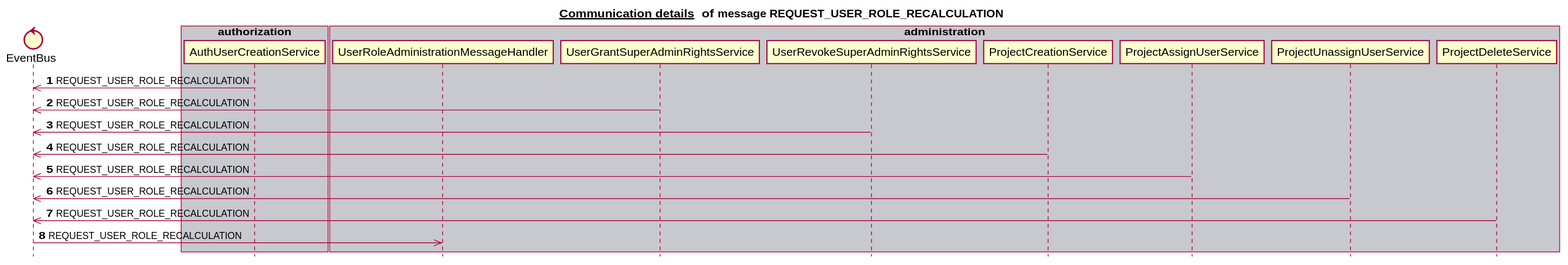
Above: docs/latest/images/gen_domain_messaging_request_user_role_recalculation.svg in mercedes-benz/sechub (PlantUML), before the change. Source of this version:
```plantuml
@startuml


title __Communication details __ of **message REQUEST_USER_ROLE_RECALCULATION**
skinparam style strictuml


control EventBus
box "scan" #C8C8CF
end box
box "schedule" #F8F8FF
end box
box "authorization" #C8C8CF
   participant AuthUserCreationService
end box
box "notification" #F8F8FF
end box
box "administration" #C8C8CF
   participant UserRoleAdministrationMessageHandler
   participant UserGrantSuperAdminRightsService
   participant UserRevokeSuperAdminRightsService
   participant ProjectCreationService
   participant ProjectAssignUserService
   participant ProjectUnassignUserService
   participant ProjectDeleteService
end box
autonumber 1
AuthUserCreationService ->> EventBus:REQUEST_USER_ROLE_RECALCULATION
UserGrantSuperAdminRightsService ->> EventBus:REQUEST_USER_ROLE_RECALCULATION
UserRevokeSuperAdminRightsService ->> EventBus:REQUEST_USER_ROLE_RECALCULATION
ProjectCreationService ->> EventBus:REQUEST_USER_ROLE_RECALCULATION
ProjectAssignUserService ->> EventBus:REQUEST_USER_ROLE_RECALCULATION
ProjectUnassignUserService ->> EventBus:REQUEST_USER_ROLE_RECALCULATION
ProjectDeleteService ->> EventBus:REQUEST_USER_ROLE_RECALCULATION
EventBus ->> UserRoleAdministrationMessageHandler:REQUEST_USER_ROLE_RECALCULATION
autonumber stop


@enduml
```
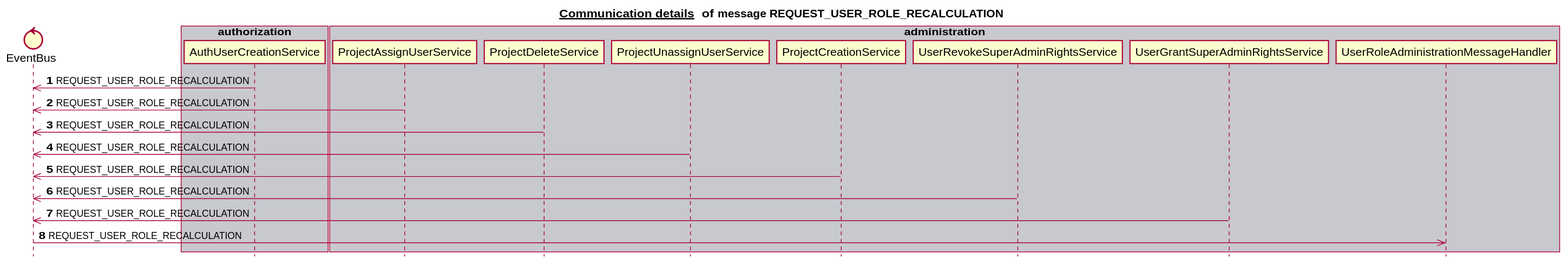
The same diagram one commit later.

Diff of the diagram source:
```diff
@@ -6,32 +6,32 @@
 
 
 control EventBus
-box "scan" #C8C8CF
+box "authorization" #C8C8CF
+   participant AuthUserCreationService
+end box
+box "scan" #F8F8FF
+end box
+box "administration" #C8C8CF
+   participant ProjectAssignUserService
+   participant ProjectDeleteService
+   participant ProjectUnassignUserService
+   participant ProjectCreationService
+   participant UserRevokeSuperAdminRightsService
+   participant UserGrantSuperAdminRightsService
+   participant UserRoleAdministrationMessageHandler
 end box
 box "schedule" #F8F8FF
 end box
-box "authorization" #C8C8CF
-   participant AuthUserCreationService
-end box
-box "notification" #F8F8FF
-end box
-box "administration" #C8C8CF
-   participant UserRoleAdministrationMessageHandler
-   participant UserGrantSuperAdminRightsService
-   participant UserRevokeSuperAdminRightsService
-   participant ProjectCreationService
-   participant ProjectAssignUserService
-   participant ProjectUnassignUserService
-   participant ProjectDeleteService
+box "notification" #C8C8CF
 end box
 autonumber 1
 AuthUserCreationService ->> EventBus:REQUEST_USER_ROLE_RECALCULATION
+ProjectAssignUserService ->> EventBus:REQUEST_USER_ROLE_RECALCULATION
+ProjectDeleteService ->> EventBus:REQUEST_USER_ROLE_RECALCULATION
+ProjectUnassignUserService ->> EventBus:REQUEST_USER_ROLE_RECALCULATION
+ProjectCreationService ->> EventBus:REQUEST_USER_ROLE_RECALCULATION
+UserRevokeSuperAdminRightsService ->> EventBus:REQUEST_USER_ROLE_RECALCULATION
 UserGrantSuperAdminRightsService ->> EventBus:REQUEST_USER_ROLE_RECALCULATION
-UserRevokeSuperAdminRightsService ->> EventBus:REQUEST_USER_ROLE_RECALCULATION
-ProjectCreationService ->> EventBus:REQUEST_USER_ROLE_RECALCULATION
-ProjectAssignUserService ->> EventBus:REQUEST_USER_ROLE_RECALCULATION
-ProjectUnassignUserService ->> EventBus:REQUEST_USER_ROLE_RECALCULATION
-ProjectDeleteService ->> EventBus:REQUEST_USER_ROLE_RECALCULATION
 EventBus ->> UserRoleAdministrationMessageHandler:REQUEST_USER_ROLE_RECALCULATION
 autonumber stop
 
```
